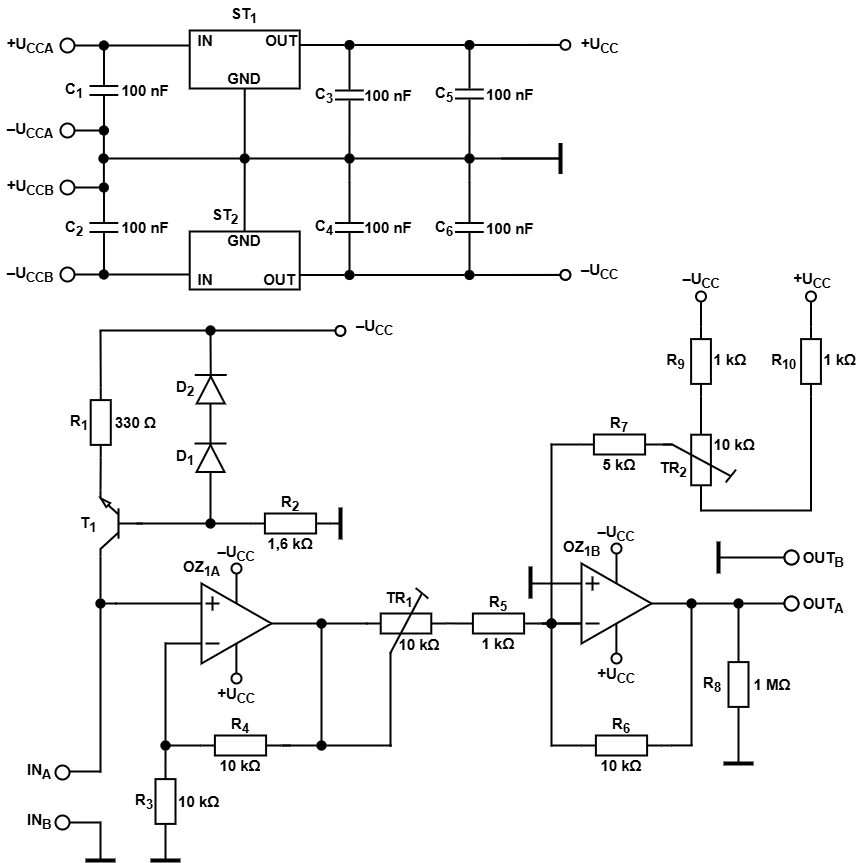
This is PT100.drawio.png from MarosFandel/Digital-elektronics-1, a draw.io export, as it was before one commit. Source tidied: cells renumbered, new cells last; positions are measured from the earlier drawing's top-left corner, leaving out a move shared by most shapes.
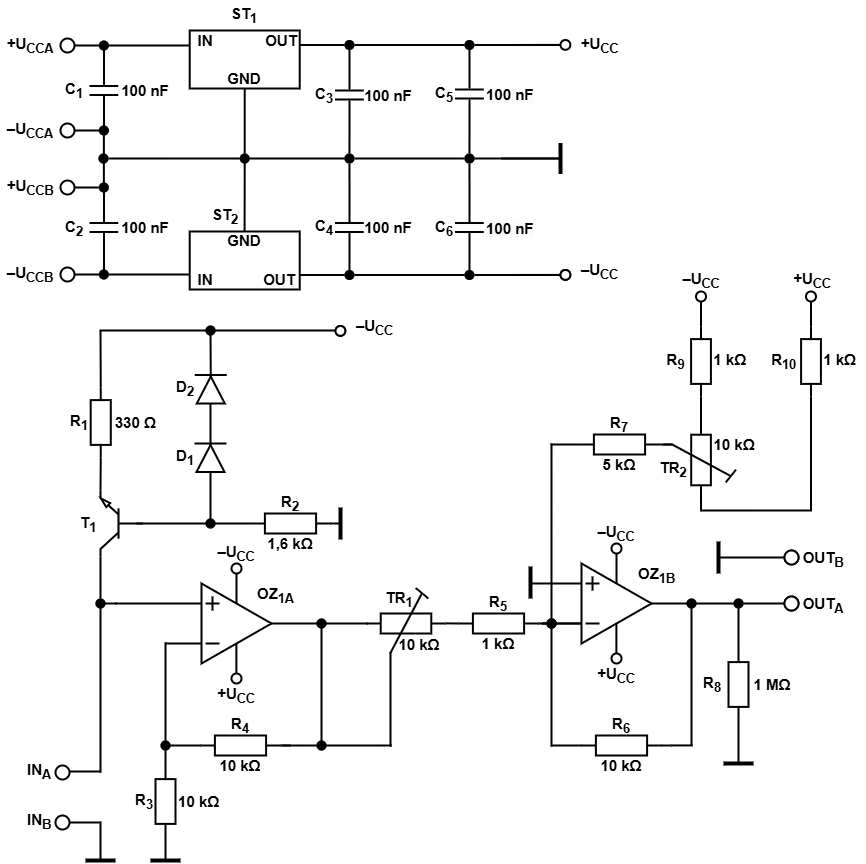
Later version of the same file.

The edit, as a diff of the source:
```diff
@@ -344,7 +344,7 @@
       <mxGeometry x="5" y="142" width="60" height="40" as="geometry" />
     </mxCell>
     <mxCell id="99" value="&lt;b&gt;&lt;font style=&quot;font-size: 15px;&quot;&gt;OZ&lt;sub&gt;1A&lt;/sub&gt;&lt;/font&gt;&lt;/b&gt;" style="text;html=1;align=left;verticalAlign=middle;whiteSpace=wrap;rounded=0;" parent="86" vertex="1">
-      <mxGeometry x="-20" y="20" width="60" height="30" as="geometry" />
+      <mxGeometry x="54" y="47" width="60" height="30" as="geometry" />
     </mxCell>
     <mxCell id="100" style="endArrow=none;html=1;rounded=0;entryX=0;entryY=0.75;entryDx=0;entryDy=0;strokeWidth=2;" parent="1" edge="1" target="88">
       <mxGeometry relative="1" as="geometry">
@@ -572,10 +572,10 @@
       <mxGeometry x="471" y="484" width="382" height="314" as="geometry" />
     </mxCell>
     <mxCell id="160" style="group;" parent="159" vertex="1">
-      <mxGeometry x="110" y="29" width="70" height="180" as="geometry" />
+      <mxGeometry x="110" y="29" width="109" height="180" as="geometry" />
     </mxCell>
     <mxCell id="161" style="group;" parent="160" vertex="1">
-      <mxGeometry y="50" width="70" height="80" as="geometry" />
+      <mxGeometry y="50" width="109" height="80" as="geometry" />
     </mxCell>
     <mxCell id="162" style="triangle;whiteSpace=wrap;html=1;strokeWidth=2;" parent="161" vertex="1">
       <mxGeometry width="70" height="80" as="geometry" />
@@ -632,9 +632,6 @@
     <mxCell id="172" value="&lt;font style=&quot;font-size: 15px;&quot;&gt;&lt;b&gt;+U&lt;sub style=&quot;&quot;&gt;CC&lt;/sub&gt;&lt;/b&gt;&lt;/font&gt;" style="text;html=1;align=center;verticalAlign=middle;whiteSpace=wrap;rounded=0;" parent="160" vertex="1">
       <mxGeometry x="5" y="142" width="60" height="40" as="geometry" />
     </mxCell>
-    <mxCell id="173" value="&lt;b&gt;&lt;font style=&quot;font-size: 15px;&quot;&gt;OZ&lt;sub&gt;1B&lt;/sub&gt;&lt;/font&gt;&lt;/b&gt;" style="text;html=1;align=left;verticalAlign=middle;whiteSpace=wrap;rounded=0;" parent="160" vertex="1">
-      <mxGeometry x="-20" y="20" width="60" height="30" as="geometry" />
-    </mxCell>
     <mxCell id="174" style="endArrow=none;html=1;rounded=0;strokeWidth=4;" parent="159" edge="1">
       <mxGeometry relative="1" as="geometry">
         <mxPoint x="59" y="114" as="sourcePoint" />
@@ -1011,5 +1008,8 @@
     <mxCell id="268" value="&lt;span style=&quot;font-size: 15px;&quot;&gt;&lt;b&gt;ST&lt;sub&gt;1&lt;/sub&gt;&lt;/b&gt;&lt;/span&gt;" style="text;html=1;align=center;verticalAlign=middle;whiteSpace=wrap;rounded=0;" parent="1" vertex="1">
       <mxGeometry x="214.2" width="60" height="30" as="geometry" />
     </mxCell>
+    <mxCell id="173" value="&lt;b&gt;&lt;font style=&quot;font-size: 15px;&quot;&gt;OZ&lt;sub&gt;1B&lt;/sub&gt;&lt;/font&gt;&lt;/b&gt;" style="text;html=1;align=left;verticalAlign=middle;whiteSpace=wrap;rounded=0;" parent="1" vertex="1">
+      <mxGeometry x="636" y="560" width="60" height="30" as="geometry" />
+    </mxCell>
   </root>
 </mxGraphModel>
```
